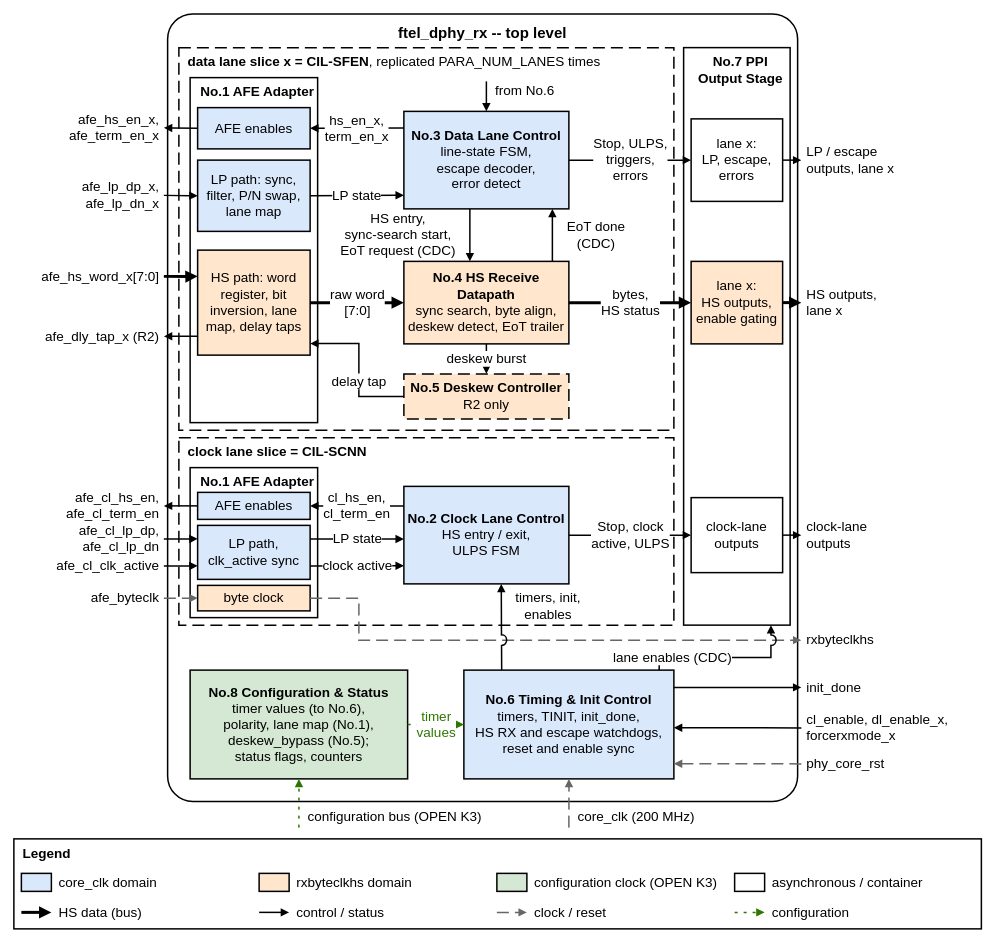
The draw.io diagram 22fdx/rx/digital/hw/rtl/ip/ftel_dphy_rx/doc/figures/ftel_dphy_rx_top.drawio in ftel-cdc/fu3_dphy, before the edit. Source tidied: cells renumbered, new cells numbered last; positions are measured from the earlier drawing's top-left corner, leaving out a move shared by most shapes. Both pictures are drawn from the tidied source at 75%, with x=0, y=0 at pixel (14, 14).
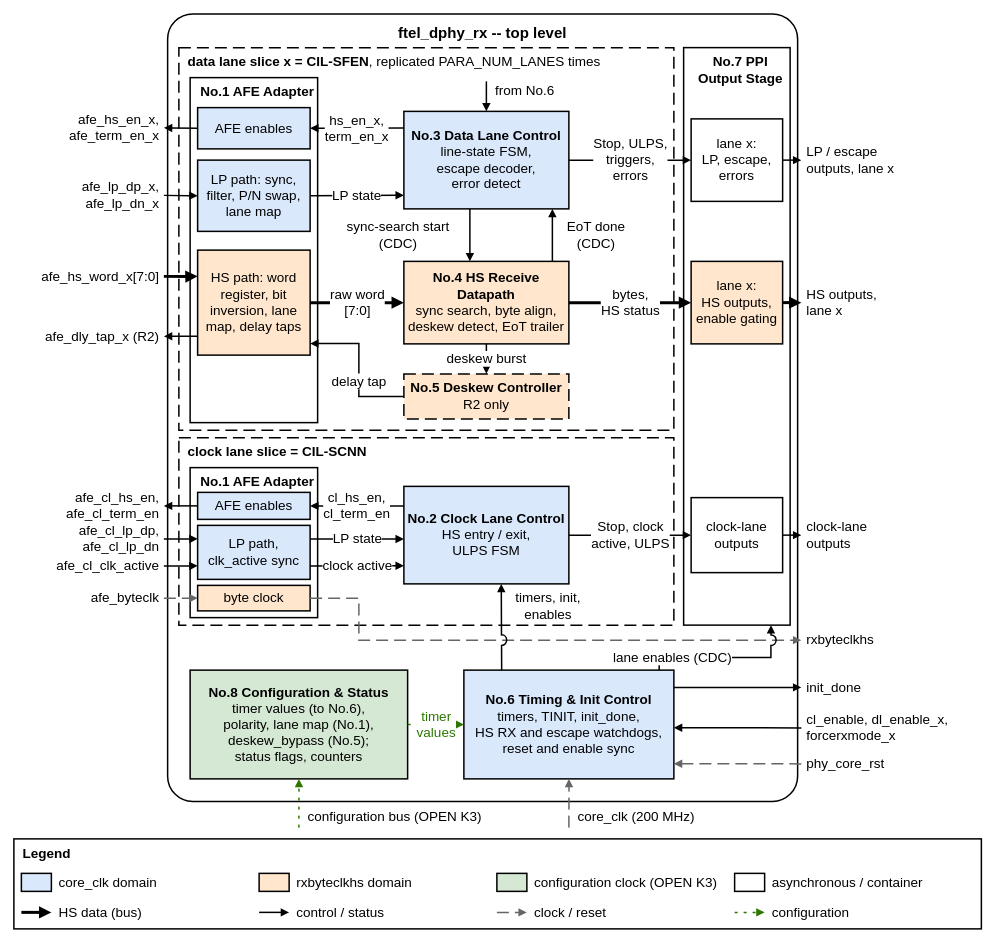
The same page after the edit.

Unchanged cells that the change refers to:
```xml
<mxCell id="8" value="&lt;b&gt;No.3 Data Lane Control&lt;/b&gt;&lt;br&gt;line-state FSM,&lt;br&gt;escape decoder,&lt;br&gt;error detect" style="rounded=0;whiteSpace=wrap;html=1;fontSize=18;strokeWidth=2;fillColor=#DAE8FC;align=center;verticalAlign=middle;spacing=4;" parent="1" vertex="1">
  <mxGeometry x="520" y="130" width="220" height="130" as="geometry" />
</mxCell>
<mxCell id="9" value="&lt;b&gt;No.4 HS Receive Datapath&lt;/b&gt;&lt;br&gt;sync search, byte align,&lt;br&gt;deskew detect, EoT trailer" style="rounded=0;whiteSpace=wrap;html=1;fontSize=18;strokeWidth=2;fillColor=#FFE6CC;align=center;verticalAlign=middle;spacing=4;" parent="1" vertex="1">
  <mxGeometry x="520" y="330" width="220" height="110" as="geometry" />
</mxCell>
```

Change to the diagram source:
```diff
@@
-    <mxCell id="42" value="HS entry,&lt;br&gt;sync-search start,&lt;br&gt;EoT request (CDC)" style="endArrow=block;endFill=1;html=1;fontSize=18;edgeStyle=orthogonalEdgeStyle;rounded=0;jumpStyle=arc;jumpSize=12;labelBackgroundColor=#FFFFFF;strokeWidth=2;exitX=0.4;exitY=1;exitDx=0;exitDy=0;entryX=0.4;entryY=0;entryDx=0;entryDy=0;" parent="1" edge="1" source="8" target="9">
+    <mxCell id="42" value="sync-search start&lt;br&gt;(CDC)" style="endArrow=block;endFill=1;html=1;fontSize=18;edgeStyle=orthogonalEdgeStyle;rounded=0;jumpStyle=arc;jumpSize=12;labelBackgroundColor=#FFFFFF;strokeWidth=2;exitX=0.4;exitY=1;exitDx=0;exitDy=0;entryX=0.4;entryY=0;entryDx=0;entryDy=0;" parent="1" edge="1" source="8" target="9">
       <mxGeometry relative="1" as="geometry">
         <mxPoint x="-96" as="offset" />
       </mxGeometry>
     </mxCell>
```
